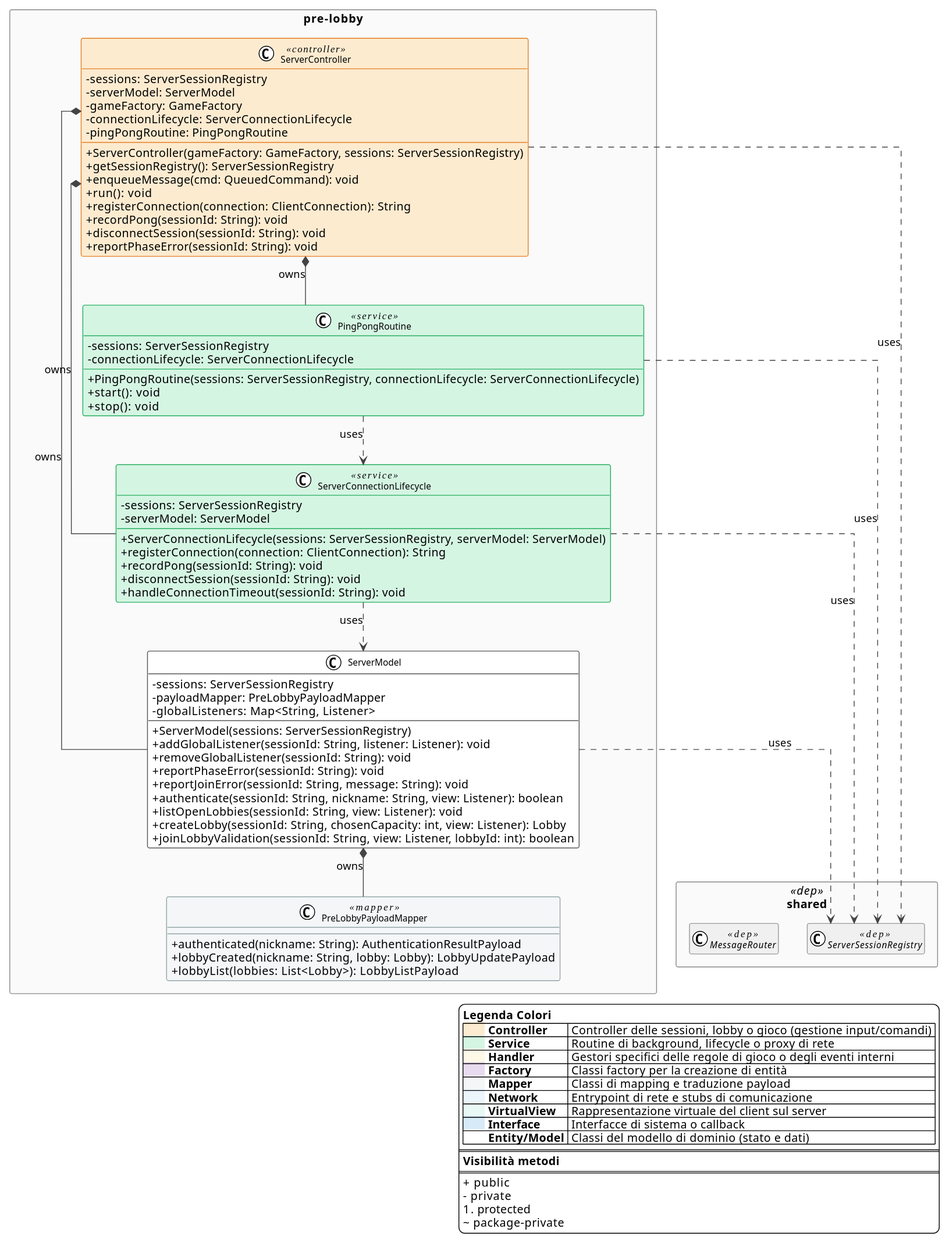
Earlier version of the PlantUML export deliverables/uml/svg/server-prelobby.svg (Zorli/MesosProject). The source it was exported from:
```plantuml
@startuml
!theme plain
top to bottom direction

skinparam classAttributeIconSize 0
skinparam defaultFontName "Segoe UI"
skinparam class {
  BackgroundColor White
  BorderColor #555
  ArrowColor #444
  FontSize 11
}
skinparam interface {
  BackgroundColor #D6EAF8
  BorderColor #2980B9
}
skinparam enum {
  BackgroundColor #ECFEFF
  BorderColor #0891B2
}
skinparam class<<dep>> {
  BackgroundColor #F0F0F0
  BorderColor #999
  FontStyle italic
}
skinparam packageStyle rectangle
skinparam package {
  BackgroundColor #FAFAFA
  BorderColor #888
}

skinparam class<<controller>> {
  BackgroundColor #FDEBD0
  BorderColor #E67E22
}
skinparam class<<handler>> {
  BackgroundColor #FEF9E7
  BorderColor #F0A500
}
skinparam class<<service>> {
  BackgroundColor #D5F5E3
  BorderColor #27AE60
}
skinparam class<<factory>> {
  BackgroundColor #E8DAEF
  BorderColor #8E44AD
}
skinparam class<<mapper>> {
  BackgroundColor #F4F6F7
  BorderColor #95A5A6
}

skinparam linetype ortho

package "shared" <<dep>> {
  class MessageRouter <<dep>>
  class ServerSessionRegistry <<dep>>
  hide MessageRouter members
  hide ServerSessionRegistry members
}

package "pre-lobby" {

  class ServerController <<controller>> {
    - sessions: ServerSessionRegistry
    - serverModel: ServerModel
    - gameFactory: GameFactory
    - connectionLifecycle: ServerConnectionLifecycle
    - pingPongRoutine: PingPongRoutine
    + ServerController(gameFactory: GameFactory, sessions: ServerSessionRegistry)
    + getSessionRegistry(): ServerSessionRegistry
    + enqueueMessage(cmd: QueuedCommand): void
    + run(): void
    + registerConnection(connection: ClientConnection): String
    + recordPong(sessionId: String): void
    + disconnectSession(sessionId: String): void
    + reportPhaseError(sessionId: String): void
  }

  class ServerModel {
    - sessions: ServerSessionRegistry
    - payloadMapper: PreLobbyPayloadMapper
    - globalListeners: Map<String, Listener>
    + ServerModel(sessions: ServerSessionRegistry)
    + addGlobalListener(sessionId: String, listener: Listener): void
    + removeGlobalListener(sessionId: String): void
    + reportPhaseError(sessionId: String): void
    + reportJoinError(sessionId: String, message: String): void
    + authenticate(sessionId: String, nickname: String, view: Listener): boolean
    + listOpenLobbies(sessionId: String, view: Listener): void
    + createLobby(sessionId: String, chosenCapacity: int, view: Listener): Lobby
    + joinLobbyValidation(sessionId: String, view: Listener, lobbyId: int): boolean
  }

  class PreLobbyPayloadMapper <<mapper>> {
    + authenticated(nickname: String): AuthenticationResultPayload
    + lobbyCreated(nickname: String, lobby: Lobby): LobbyUpdatePayload
    + lobbyList(lobbies: List<Lobby>): LobbyListPayload
  }

  class ServerConnectionLifecycle <<service>> {
    - sessions: ServerSessionRegistry
    - serverModel: ServerModel
    + ServerConnectionLifecycle(sessions: ServerSessionRegistry, serverModel: ServerModel)
    + registerConnection(connection: ClientConnection): String
    + recordPong(sessionId: String): void
    + disconnectSession(sessionId: String): void
    + handleConnectionTimeout(sessionId: String): void
  }

  class PingPongRoutine <<service>> {
    - sessions: ServerSessionRegistry
    - connectionLifecycle: ServerConnectionLifecycle
    + PingPongRoutine(sessions: ServerSessionRegistry, connectionLifecycle: ServerConnectionLifecycle)
    + start(): void
    + stop(): void
  }
}


ServerController *-- ServerModel              : owns
ServerController *-- ServerConnectionLifecycle : owns
ServerController *-- PingPongRoutine          : owns

ServerModel *-- PreLobbyPayloadMapper : owns

ServerController ..> ServerSessionRegistry : uses

ServerModel ..> ServerSessionRegistry     : uses

ServerConnectionLifecycle ..> ServerSessionRegistry : uses
PingPongRoutine ..> ServerSessionRegistry           : uses

ServerConnectionLifecycle ..> ServerModel           : uses
PingPongRoutine ..> ServerConnectionLifecycle       : uses

legend right
  <b>Legenda Colori</b>
  |<back:#FDEBD0>      </back> <b>Controller</b> | Controller delle sessioni, lobby o gioco (gestione input/comandi) |
  |<back:#D5F5E3>      </back> <b>Service</b> | Routine di background, lifecycle o proxy di rete |
  |<back:#FEF9E7>      </back> <b>Handler</b> | Gestori specifici delle regole di gioco o degli eventi interni |
  |<back:#E8DAEF>      </back> <b>Factory</b> | Classi factory per la creazione di entità |
  |<back:#F4F6F7>      </back> <b>Mapper</b> | Classi di mapping e traduzione payload |
  |<back:#EBF5FB>      </back> <b>Network</b> | Entrypoint di rete e stubs di comunicazione |
  |<back:#E8F8F5>      </back> <b>VirtualView</b> | Rappresentazione virtuale del client sul server |
  |<back:#D6EAF8>      </back> <b>Interface</b> | Interfacce di sistema o callback |
  |<back:#FFFFFF>      </back> <b>Entity/Model</b> | Classi del modello di dominio (stato e dati) |
  ====
  <b>Visibilità metodi</b>
  ====
  + public
  - private
  # protected
  ~ package-private
endlegend
@enduml
```
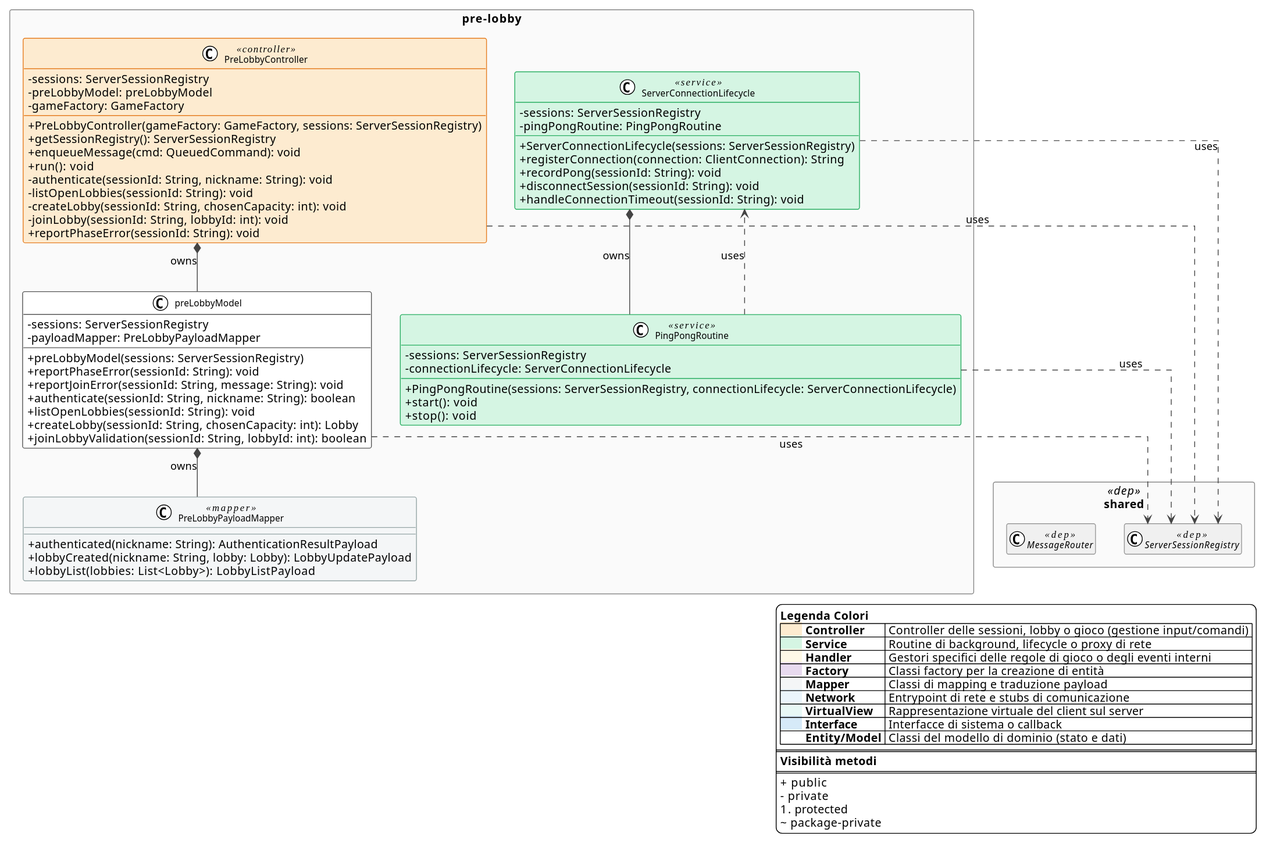
After the change.

The edit, as a diff of the source:
```diff
@@ -61,35 +61,31 @@
 
 package "pre-lobby" {
 
-  class ServerController <<controller>> {
+  class PreLobbyController <<controller>> {
     - sessions: ServerSessionRegistry
-    - serverModel: ServerModel
+    - preLobbyModel: preLobbyModel
     - gameFactory: GameFactory
-    - connectionLifecycle: ServerConnectionLifecycle
-    - pingPongRoutine: PingPongRoutine
-    + ServerController(gameFactory: GameFactory, sessions: ServerSessionRegistry)
+    + PreLobbyController(gameFactory: GameFactory, sessions: ServerSessionRegistry)
     + getSessionRegistry(): ServerSessionRegistry
     + enqueueMessage(cmd: QueuedCommand): void
     + run(): void
-    + registerConnection(connection: ClientConnection): String
-    + recordPong(sessionId: String): void
-    + disconnectSession(sessionId: String): void
+    - authenticate(sessionId: String, nickname: String): void
+    - listOpenLobbies(sessionId: String): void
+    - createLobby(sessionId: String, chosenCapacity: int): void
+    - joinLobby(sessionId: String, lobbyId: int): void
     + reportPhaseError(sessionId: String): void
   }
 
-  class ServerModel {
+  class preLobbyModel {
     - sessions: ServerSessionRegistry
     - payloadMapper: PreLobbyPayloadMapper
-    - globalListeners: Map<String, Listener>
-    + ServerModel(sessions: ServerSessionRegistry)
-    + addGlobalListener(sessionId: String, listener: Listener): void
-    + removeGlobalListener(sessionId: String): void
+    + preLobbyModel(sessions: ServerSessionRegistry)
     + reportPhaseError(sessionId: String): void
     + reportJoinError(sessionId: String, message: String): void
-    + authenticate(sessionId: String, nickname: String, view: Listener): boolean
-    + listOpenLobbies(sessionId: String, view: Listener): void
-    + createLobby(sessionId: String, chosenCapacity: int, view: Listener): Lobby
-    + joinLobbyValidation(sessionId: String, view: Listener, lobbyId: int): boolean
+    + authenticate(sessionId: String, nickname: String): boolean
+    + listOpenLobbies(sessionId: String): void
+    + createLobby(sessionId: String, chosenCapacity: int): Lobby
+    + joinLobbyValidation(sessionId: String, lobbyId: int): boolean
   }
 
   class PreLobbyPayloadMapper <<mapper>> {
@@ -100,8 +96,8 @@
 
   class ServerConnectionLifecycle <<service>> {
     - sessions: ServerSessionRegistry
-    - serverModel: ServerModel
-    + ServerConnectionLifecycle(sessions: ServerSessionRegistry, serverModel: ServerModel)
+    - pingPongRoutine: PingPongRoutine
+    + ServerConnectionLifecycle(sessions: ServerSessionRegistry)
     + registerConnection(connection: ClientConnection): String
     + recordPong(sessionId: String): void
     + disconnectSession(sessionId: String): void
@@ -118,20 +114,19 @@
 }
 
 
-ServerController *-- ServerModel              : owns
-ServerController *-- ServerConnectionLifecycle : owns
-ServerController *-- PingPongRoutine          : owns
+PreLobbyController *-- preLobbyModel              : owns
 
-ServerModel *-- PreLobbyPayloadMapper : owns
+ServerConnectionLifecycle *-- PingPongRoutine : owns
 
-ServerController ..> ServerSessionRegistry : uses
+preLobbyModel *-- PreLobbyPayloadMapper : owns
 
-ServerModel ..> ServerSessionRegistry     : uses
+PreLobbyController ..> ServerSessionRegistry : uses
+
+preLobbyModel ..> ServerSessionRegistry     : uses
 
 ServerConnectionLifecycle ..> ServerSessionRegistry : uses
 PingPongRoutine ..> ServerSessionRegistry           : uses
 
-ServerConnectionLifecycle ..> ServerModel           : uses
 PingPongRoutine ..> ServerConnectionLifecycle       : uses
 
 legend right
```
